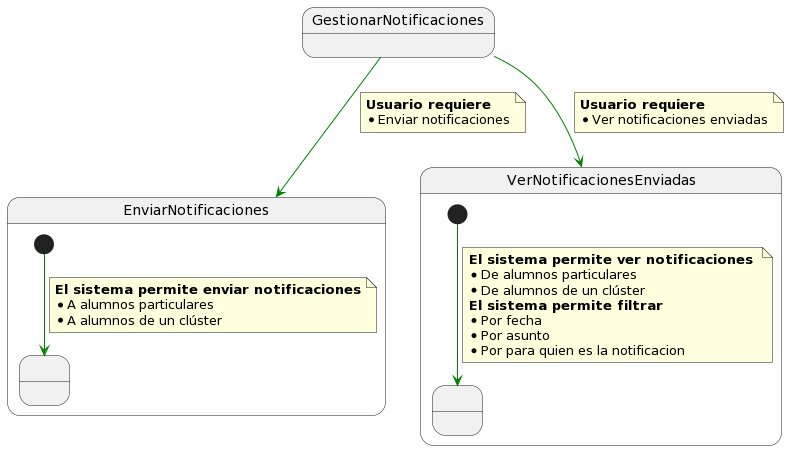
This is 000-entregas/Grupo1/DetalleCasosDeUso/images/GestionarNotificaciones.png from mmasias/IdSw1-22-23, a PlantUML export, as it was before one commit.
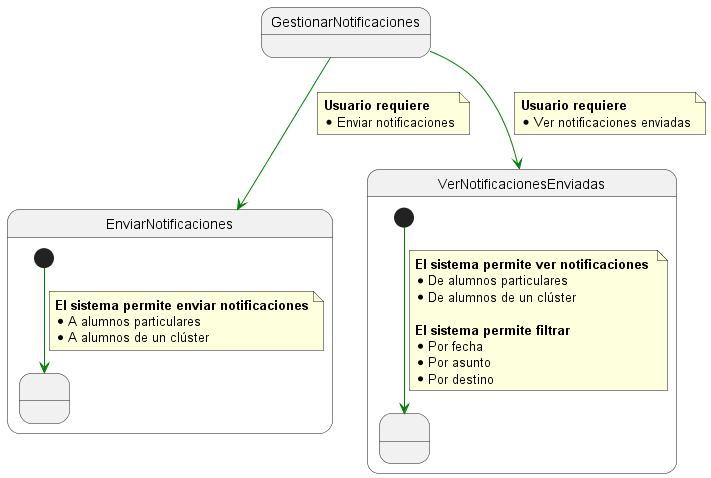
The same diagram one commit later.

Change to the diagram source:
```diff
@@ -1,4 +1,5 @@
-@startuml
+@startuml GestionarNotificaciones
+
 State GestionarNotificaciones
 
 State EnviarNotificaciones{
@@ -25,10 +26,11 @@
     <b>El sistema permite ver notificaciones
     * De alumnos particulares
     * De alumnos de un clúster
+
     <b>El sistema permite filtrar
     * Por fecha
     * Por asunto
-    * Por para quien es la notificacion
+    * Por destino
   end note
 
 }
@@ -46,4 +48,5 @@
  <b>Usuario requiere
  * Ver notificaciones enviadas
 end note
+
 @enduml
```
